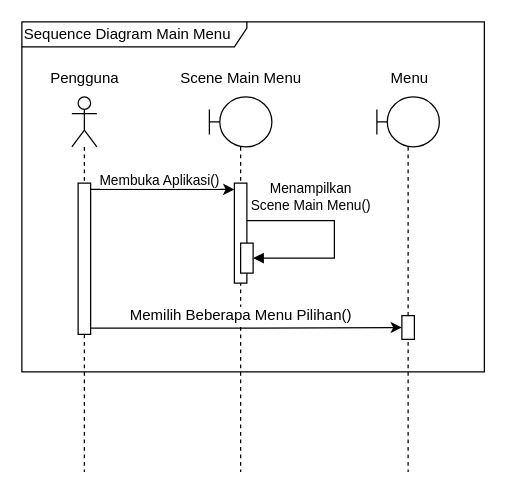
Before: skripsi/skripsi/gambar/BAB III/Sequence Diagram/Sequence Diagram Activity Diagram Main Menu.drawio in hako-975/UNPAM-File, a draw.io diagram. Source tidied: cells renumbered, new cells numbered last; positions are measured from the earlier drawing's top-left corner, leaving out a move shared by most shapes. Both pictures are drawn from the tidied source at 125%, with x=0, y=0 at pixel (21, 21).
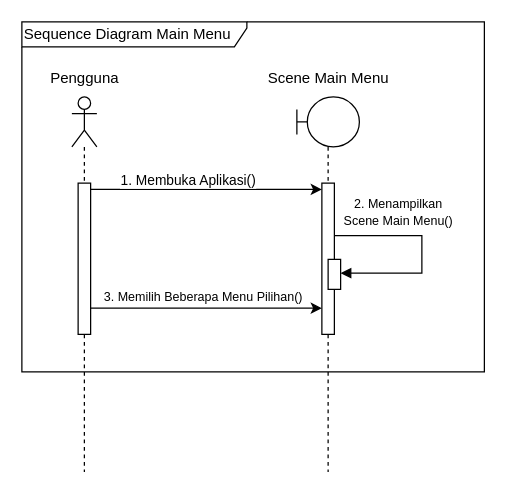
The same page after the edit.

The change refers to these unchanged cells:
```xml
<mxCell id="3" style="html=1;points=[[0,0,0,0,5],[0,1,0,0,-5],[1,0,0,0,5],[1,1,0,0,-5]];perimeter=orthogonalPerimeter;outlineConnect=0;targetShapes=umlLifeline;portConstraint=eastwest;newEdgeStyle={&quot;curved&quot;:0,&quot;rounded&quot;:0};" parent="2" vertex="1">
  <mxGeometry x="5" y="69" width="10" height="121" as="geometry" />
</mxCell>
<mxCell id="10" style="edgeStyle=orthogonalEdgeStyle;rounded=0;jettySize=auto;html=1;curved=0;entryX=0;entryY=0;entryDx=0;entryDy=5;entryPerimeter=0;exitX=1;exitY=0;exitDx=0;exitDy=5;exitPerimeter=0;" parent="1" edge="1" source="3" target="6">
  <mxGeometry relative="1" as="geometry" />
</mxCell>
```

The edit, as a diff of the source:
```diff
@@
     <mxCell id="5" style="shape=umlLifeline;perimeter=lifelinePerimeter;whiteSpace=wrap;html=1;newEdgeStyle={&quot;curved&quot;:0,&quot;rounded&quot;:0};participant=umlBoundary;" parent="1" vertex="1">
-      <mxGeometry x="150" y="60" width="50" height="300" as="geometry" />
+      <mxGeometry x="220" y="60" width="50" height="300" as="geometry" />
     </mxCell>
     <mxCell id="6" style="html=1;points=[[0,0,0,0,5],[0,1,0,0,-5],[1,0,0,0,5],[1,1,0,0,-5]];perimeter=orthogonalPerimeter;outlineConnect=0;targetShapes=umlLifeline;portConstraint=eastwest;newEdgeStyle={&quot;curved&quot;:0,&quot;rounded&quot;:0};" parent="5" vertex="1">
-      <mxGeometry x="20" y="69" width="10" height="80" as="geometry" />
+      <mxGeometry x="20" y="69" width="10" height="121" as="geometry" />
     </mxCell>
     <mxCell id="7" style="html=1;perimeter=orthogonalPerimeter;targetShapes=umlLifeline;newEdgeStyle={&quot;curved&quot;:0,&quot;rounded&quot;:0};" parent="5" vertex="1">
-      <mxGeometry x="25" y="117" width="10" height="24" as="geometry" />
+      <mxGeometry x="25" y="130" width="10" height="24" as="geometry" />
     </mxCell>
-    <mxCell id="8" value="Menampilkan &lt;br&gt;Scene Main Menu()" style="html=1;align=center;spacingLeft=2;endArrow=block;rounded=0;edgeStyle=orthogonalEdgeStyle;curved=0;rounded=0;" parent="5" edge="1">
+    <mxCell id="8" value="&lt;font style=&quot;font-size: 10px;&quot;&gt;2. Menampilkan &lt;br&gt;Scene Main Menu()&lt;/font&gt;" style="html=1;align=center;spacingLeft=2;endArrow=block;rounded=0;edgeStyle=orthogonalEdgeStyle;curved=0;rounded=0;" parent="5" edge="1">
       <mxGeometry x="-0.39" y="19" relative="1" as="geometry">
-        <mxPoint x="30" y="99" as="sourcePoint" />
-        <mxPoint x="35" y="129" as="targetPoint" />
+        <mxPoint x="30" y="111" as="sourcePoint" />
+        <mxPoint x="35" y="141" as="targetPoint" />
         <Array as="points">
-          <mxPoint x="100" y="99" />
-          <mxPoint x="100" y="129" />
+          <mxPoint x="100" y="111" />
+          <mxPoint x="100" y="141" />
         </Array>
       </mxGeometry>
     </mxCell>
     <mxCell id="9" value="&lt;div&gt;Scene Main Menu&lt;/div&gt;" style="text;html=1;align=center;verticalAlign=middle;strokeColor=none;fillColor=none;" parent="1" vertex="1">
-      <mxGeometry x="115" y="30" width="120" height="30" as="geometry" />
+      <mxGeometry x="185" y="30" width="120" height="30" as="geometry" />
     </mxCell>
@@
-    <mxCell id="11" value="Membuka Aplikasi()" style="edgeLabel;html=1;align=center;verticalAlign=middle;" parent="10" vertex="1">
+    <mxCell id="11" value="1. Membuka Aplikasi()" style="edgeLabel;html=1;align=center;verticalAlign=middle;" parent="10" vertex="1">
       <mxGeometry x="-0.33" y="1" relative="1" as="geometry">
         <mxPoint x="15" y="-7" as="offset" />
       </mxGeometry>
     </mxCell>
@@
-    <mxCell id="13" style="shape=umlLifeline;perimeter=lifelinePerimeter;whiteSpace=wrap;html=1;newEdgeStyle={&quot;curved&quot;:0,&quot;rounded&quot;:0};participant=umlBoundary;" parent="1" vertex="1">
-      <mxGeometry x="284" y="60" width="50" height="300" as="geometry" />
-    </mxCell>
-    <mxCell id="14" style="html=1;points=[[0,0,0,0,5],[0,1,0,0,-5],[1,0,0,0,5],[1,1,0,0,-5]];perimeter=orthogonalPerimeter;outlineConnect=0;targetShapes=umlLifeline;portConstraint=eastwest;newEdgeStyle={&quot;curved&quot;:0,&quot;rounded&quot;:0};" parent="13" vertex="1">
-      <mxGeometry x="20" y="175" width="10" height="19" as="geometry" />
-    </mxCell>
-    <mxCell id="15" style="edgeStyle=orthogonalEdgeStyle;rounded=0;jettySize=auto;html=1;curved=0;exitX=1;exitY=1;exitDx=0;exitDy=-5;exitPerimeter=0;" parent="1" edge="1" source="3" target="14">
-      <mxGeometry relative="1" as="geometry" />
+    <mxCell id="15" style="edgeStyle=orthogonalEdgeStyle;rounded=0;orthogonalLoop=1;jettySize=auto;html=1;curved=0;exitX=1;exitY=1;exitDx=0;exitDy=-5;exitPerimeter=0;entryX=0;entryY=1;entryDx=0;entryDy=-5;entryPerimeter=0;" parent="1" edge="1">
+      <mxGeometry relative="1" as="geometry">
+        <mxPoint x="55" y="229" as="sourcePoint" />
+        <mxPoint x="240" y="229" as="targetPoint" />
+      </mxGeometry>
     </mxCell>
-    <mxCell id="16" value="&lt;div&gt;Menu&lt;/div&gt;" style="text;html=1;align=center;verticalAlign=middle;strokeColor=none;fillColor=none;" parent="1" vertex="1">
-      <mxGeometry x="285" y="30" width="50" height="30" as="geometry" />
-    </mxCell>
-    <mxCell id="17" style="html=1;perimeter=orthogonalPerimeter;targetShapes=umlLifeline;newEdgeStyle={&quot;curved&quot;:0,&quot;rounded&quot;:0};strokeColor=none;" parent="1" vertex="1">
-      <mxGeometry x="170" y="228" width="10" height="14" as="geometry" />
-    </mxCell>
-    <mxCell id="18" value="Memilih Beberapa Menu Pilihan()" style="text;html=1;align=center;verticalAlign=middle;strokeColor=none;fillColor=none;" parent="1" vertex="1">
-      <mxGeometry x="75" y="220" width="200" height="30" as="geometry" />
+    <mxCell id="18" value="&lt;font style=&quot;font-size: 10px;&quot;&gt;3. Memilih Beberapa Menu Pilihan()&lt;/font&gt;" style="text;html=1;align=center;verticalAlign=middle;strokeColor=none;fillColor=none;" parent="1" vertex="1">
+      <mxGeometry x="55" y="205" width="180" height="30" as="geometry" />
     </mxCell>
```
